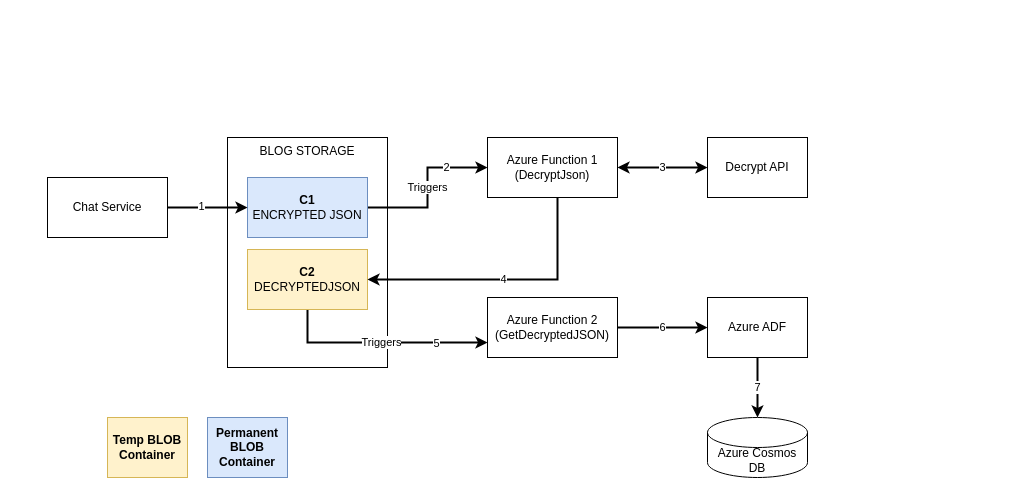
The draw.io diagram ADF.drawio in saileshsharma/saileshsharma, before the edit. Source tidied: cells renumbered, new cells numbered last; positions are measured from the earlier drawing's top-left corner, leaving out a move shared by most shapes. Both pictures are drawn from the tidied source at 100%, with x=0, y=0 at pixel (47, 137).
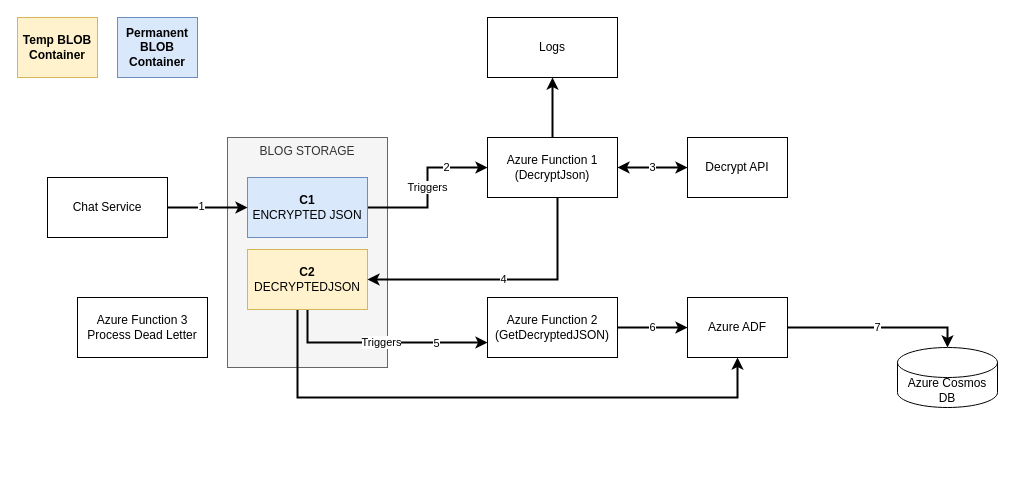
The same diagram, later.

The change refers to these unchanged cells:
```xml
<mxCell id="5" value="&lt;b&gt;C2&lt;/b&gt;&lt;br&gt;DECRYPTEDJSON" style="rounded=0;whiteSpace=wrap;html=1;fillColor=#fff2cc;strokeColor=#d6b656;" parent="1" vertex="1">
  <mxGeometry x="200" y="112" width="120" height="60" as="geometry" />
</mxCell>
<mxCell id="14" value="Azure Function 1&lt;br&gt;(DecryptJson)" style="rounded=0;whiteSpace=wrap;html=1;verticalAlign=middle;" parent="1" vertex="1">
  <mxGeometry x="440" width="130" height="60" as="geometry" />
</mxCell>
```

The edit, as a diff of the source:
```diff
@@
-    <mxCell id="2" value="BLOG STORAGE" style="rounded=0;whiteSpace=wrap;html=1;verticalAlign=top;" parent="1" vertex="1">
+    <mxCell id="2" value="BLOG STORAGE" style="rounded=0;whiteSpace=wrap;html=1;verticalAlign=top;fillColor=#f5f5f5;fontColor=#333333;strokeColor=#666666;" parent="1" vertex="1">
       <mxGeometry x="180" width="160" height="230" as="geometry" />
     </mxCell>
@@
+    <mxCell id="23" style="edgeStyle=orthogonalEdgeStyle;rounded=0;jettySize=auto;html=1;startArrow=none;startFill=0;strokeWidth=2;" parent="1" edge="1" source="5" target="21">
+      <mxGeometry relative="1" as="geometry">
+        <Array as="points">
+          <mxPoint x="250" y="260" />
+          <mxPoint x="690" y="260" />
+        </Array>
+      </mxGeometry>
+    </mxCell>
@@
+    <mxCell id="24" style="edgeStyle=orthogonalEdgeStyle;rounded=0;jettySize=auto;html=1;entryX=0.5;entryY=1;entryDx=0;entryDy=0;startArrow=none;startFill=0;strokeWidth=2;" parent="1" edge="1" source="14" target="26">
+      <mxGeometry relative="1" as="geometry" />
+    </mxCell>
@@
     <mxCell id="15" value="Decrypt API" style="rounded=0;whiteSpace=wrap;html=1;" parent="1" vertex="1">
-      <mxGeometry x="660" width="100" height="60" as="geometry" />
+      <mxGeometry x="640" width="100" height="60" as="geometry" />
     </mxCell>
@@
     <mxCell id="18" value="&lt;b&gt;Temp BLOB Container&lt;/b&gt;" style="rounded=0;whiteSpace=wrap;html=1;fillColor=#fff2cc;strokeColor=#d6b656;" parent="1" vertex="1">
-      <mxGeometry x="60" y="280" width="80" height="60" as="geometry" />
+      <mxGeometry x="-30" y="-120" width="80" height="60" as="geometry" />
     </mxCell>
     <mxCell id="19" value="&lt;b&gt;Permanent BLOB Container&lt;/b&gt;" style="rounded=0;whiteSpace=wrap;html=1;fillColor=#dae8fc;strokeColor=#6c8ebf;" parent="1" vertex="1">
-      <mxGeometry x="160" y="280" width="80" height="60" as="geometry" />
+      <mxGeometry x="70" y="-120" width="80" height="60" as="geometry" />
     </mxCell>
@@
     <mxCell id="21" value="Azure ADF" style="rounded=0;whiteSpace=wrap;html=1;verticalAlign=middle;" parent="1" vertex="1">
-      <mxGeometry x="660" y="160" width="100" height="60" as="geometry" />
+      <mxGeometry x="640" y="160" width="100" height="60" as="geometry" />
     </mxCell>
     <mxCell id="22" value="Azure Cosmos DB" style="shape=cylinder3;whiteSpace=wrap;html=1;boundedLbl=1;backgroundOutline=1;size=15;" parent="1" vertex="1">
-      <mxGeometry x="660" y="280" width="100" height="60" as="geometry" />
+      <mxGeometry x="850" y="210" width="100" height="60" as="geometry" />
     </mxCell>
+    <mxCell id="25" value="Azure Function 3&lt;br&gt;Process Dead Letter" style="rounded=0;whiteSpace=wrap;html=1;verticalAlign=middle;" parent="1" vertex="1">
+      <mxGeometry x="30" y="160" width="130" height="60" as="geometry" />
+    </mxCell>
+    <mxCell id="26" value="Logs" style="rounded=0;whiteSpace=wrap;html=1;verticalAlign=middle;" parent="1" vertex="1">
+      <mxGeometry x="440" y="-120" width="130" height="60" as="geometry" />
+    </mxCell>
```
